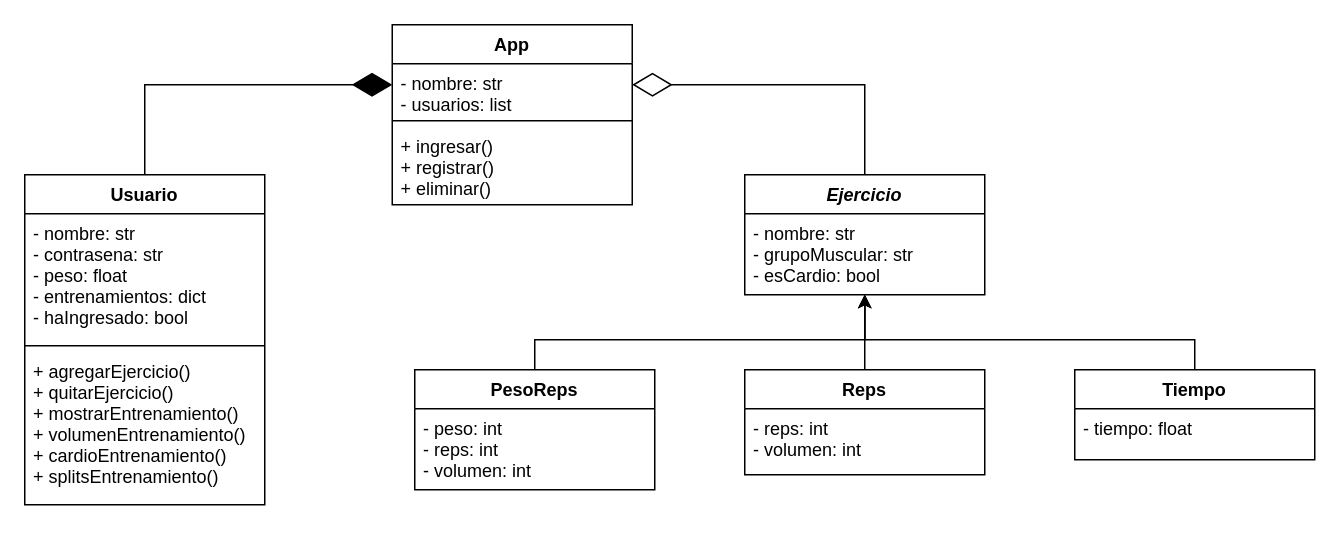
fabcontigiani/workout-tracker keeps this draw.io diagram as UML-Workout_Tracker.drawio. Above is the earlier version. Source tidied: cells renumbered, new cells numbered last; positions are measured from the earlier drawing's top-left corner, leaving out a move shared by most shapes. Both pictures are drawn from the tidied source at 150%, with x=0, y=0 at pixel (24, 24).
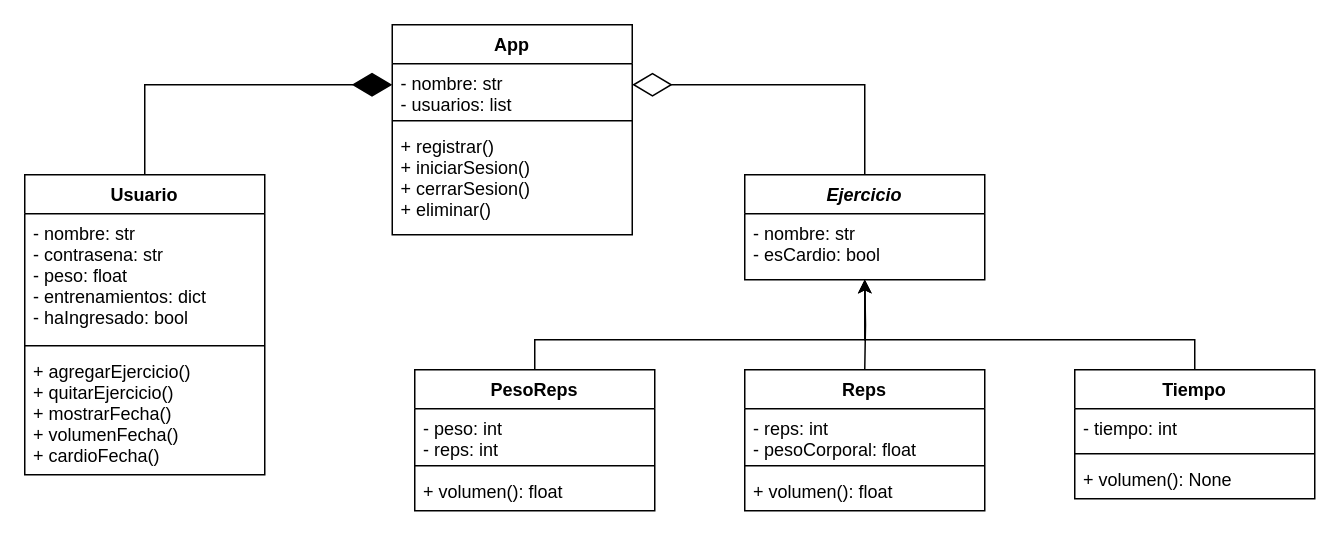
Above is the later version.

Diff of the diagram source:
```diff
@@
     <mxCell id="2" value="App" style="swimlane;fontStyle=1;align=center;verticalAlign=top;horizontal=1;startSize=26;" parent="1" vertex="1">
-      <mxGeometry x="245" width="160" height="120" as="geometry" />
+      <mxGeometry x="245" width="160" height="140" as="geometry" />
     </mxCell>
@@
-    <mxCell id="5" value="+ ingresar()&#10;+ registrar()&#10;+ eliminar()" style="text;strokeColor=none;fillColor=none;align=left;verticalAlign=top;spacingLeft=4;spacingRight=4;overflow=hidden;" parent="2" vertex="1">
-      <mxGeometry y="68" width="160" height="52" as="geometry" />
+    <mxCell id="5" value="+ registrar()&#10;+ iniciarSesion()&#10;+ cerrarSesion()&#10;+ eliminar()" style="text;strokeColor=none;fillColor=none;align=left;verticalAlign=top;spacingLeft=4;spacingRight=4;overflow=hidden;" parent="2" vertex="1">
+      <mxGeometry y="68" width="160" height="72" as="geometry" />
     </mxCell>
     <mxCell id="6" value="Usuario" style="swimlane;fontStyle=1;align=center;verticalAlign=top;horizontal=1;startSize=26;" parent="1" vertex="1">
-      <mxGeometry y="100" width="160" height="220" as="geometry" />
+      <mxGeometry y="100" width="160" height="200" as="geometry" />
     </mxCell>
@@
-    <mxCell id="9" value="+ agregarEjercicio()&#10;+ quitarEjercicio()&#10;+ mostrarEntrenamiento()&#10;+ volumenEntrenamiento()&#10;+ cardioEntrenamiento()&#10;+ splitsEntrenamiento()" style="text;strokeColor=none;fillColor=none;align=left;verticalAlign=top;spacingLeft=4;spacingRight=4;overflow=hidden;" parent="6" vertex="1">
-      <mxGeometry y="118" width="160" height="102" as="geometry" />
+    <mxCell id="9" value="+ agregarEjercicio()&#10;+ quitarEjercicio()&#10;+ mostrarFecha()&#10;+ volumenFecha()&#10;+ cardioFecha()" style="text;strokeColor=none;fillColor=none;align=left;verticalAlign=top;spacingLeft=4;spacingRight=4;overflow=hidden;" parent="6" vertex="1">
+      <mxGeometry y="118" width="160" height="82" as="geometry" />
     </mxCell>
     <mxCell id="10" value="Ejercicio" style="swimlane;fontStyle=3;align=center;verticalAlign=top;horizontal=1;startSize=26;" parent="1" vertex="1">
-      <mxGeometry x="480" y="100" width="160" height="80" as="geometry" />
+      <mxGeometry x="480" y="100" width="160" height="70" as="geometry" />
     </mxCell>
-    <mxCell id="11" value="- nombre: str&#10;- grupoMuscular: str&#10;- esCardio: bool" style="text;strokeColor=none;fillColor=none;align=left;verticalAlign=top;spacingLeft=4;spacingRight=4;overflow=hidden;" parent="10" vertex="1">
-      <mxGeometry y="26" width="160" height="54" as="geometry" />
+    <mxCell id="11" value="- nombre: str&#10;- esCardio: bool" style="text;strokeColor=none;fillColor=none;align=left;verticalAlign=top;spacingLeft=4;spacingRight=4;overflow=hidden;" parent="10" vertex="1">
+      <mxGeometry y="26" width="160" height="44" as="geometry" />
     </mxCell>
-    <mxCell id="12" style="edgeStyle=orthogonalEdgeStyle;rounded=0;jettySize=auto;html=1;" parent="1" edge="1" source="13" target="10">
-      <mxGeometry relative="1" as="geometry" />
+    <mxCell id="12" style="edgeStyle=orthogonalEdgeStyle;rounded=0;jettySize=auto;html=1;" parent="1" edge="1" target="10">
+      <mxGeometry relative="1" as="geometry">
+        <mxPoint x="560" y="230" as="sourcePoint" />
+      </mxGeometry>
     </mxCell>
-    <mxCell id="13" value="Reps" style="swimlane;fontStyle=1;align=center;verticalAlign=top;horizontal=1;startSize=26;" parent="1" vertex="1">
-      <mxGeometry x="480" y="230" width="160" height="70" as="geometry" />
-    </mxCell>
-    <mxCell id="14" value="- reps: int&#10;- volumen: int" style="text;strokeColor=none;fillColor=none;align=left;verticalAlign=top;spacingLeft=4;spacingRight=4;overflow=hidden;" parent="13" vertex="1">
-      <mxGeometry y="26" width="160" height="44" as="geometry" />
-    </mxCell>
-    <mxCell id="15" style="edgeStyle=orthogonalEdgeStyle;rounded=0;jettySize=auto;html=1;" parent="1" edge="1" source="16" target="10">
+    <mxCell id="15" style="edgeStyle=orthogonalEdgeStyle;rounded=0;jettySize=auto;html=1;" parent="1" edge="1" target="10">
       <mxGeometry relative="1" as="geometry">
+        <mxPoint x="340" y="230" as="sourcePoint" />
         <Array as="points">
           <mxPoint x="340" y="210" />
           <mxPoint x="560" y="210" />
         </Array>
       </mxGeometry>
     </mxCell>
-    <mxCell id="16" value="PesoReps" style="swimlane;fontStyle=1;align=center;verticalAlign=top;horizontal=1;startSize=26;" parent="1" vertex="1">
-      <mxGeometry x="260" y="230" width="160" height="80" as="geometry" />
-    </mxCell>
-    <mxCell id="17" value="- peso: int&#10;- reps: int&#10;- volumen: int&#10;" style="text;strokeColor=none;fillColor=none;align=left;verticalAlign=top;spacingLeft=4;spacingRight=4;overflow=hidden;" parent="16" vertex="1">
-      <mxGeometry y="26" width="160" height="54" as="geometry" />
-    </mxCell>
-    <mxCell id="18" style="edgeStyle=orthogonalEdgeStyle;rounded=0;jettySize=auto;html=1;" parent="1" edge="1" source="19" target="10">
+    <mxCell id="18" style="edgeStyle=orthogonalEdgeStyle;rounded=0;jettySize=auto;html=1;" parent="1" edge="1" target="10">
       <mxGeometry relative="1" as="geometry">
+        <mxPoint x="780" y="230" as="sourcePoint" />
         <Array as="points">
           <mxPoint x="780" y="210" />
           <mxPoint x="560" y="210" />
         </Array>
       </mxGeometry>
     </mxCell>
-    <mxCell id="19" value="Tiempo" style="swimlane;fontStyle=1;align=center;verticalAlign=top;horizontal=1;startSize=26;" parent="1" vertex="1">
-      <mxGeometry x="700" y="230" width="160" height="60" as="geometry" />
-    </mxCell>
-    <mxCell id="20" value="- tiempo: float" style="text;strokeColor=none;fillColor=none;align=left;verticalAlign=top;spacingLeft=4;spacingRight=4;overflow=hidden;" parent="19" vertex="1">
-      <mxGeometry y="26" width="160" height="34" as="geometry" />
-    </mxCell>
@@
+    <mxCell id="16" value="PesoReps" style="swimlane;fontStyle=1;align=center;verticalAlign=top;horizontal=1;startSize=26;" parent="1" vertex="1">
+      <mxGeometry x="260" y="230" width="160" height="94" as="geometry" />
+    </mxCell>
+    <mxCell id="23" value="- peso: int&#10;- reps: int" style="text;strokeColor=none;fillColor=none;align=left;verticalAlign=top;spacingLeft=4;spacingRight=4;overflow=hidden;" parent="16" vertex="1">
+      <mxGeometry y="26" width="160" height="34" as="geometry" />
+    </mxCell>
+    <mxCell id="24" style="line;strokeWidth=1;fillColor=none;align=left;verticalAlign=middle;spacingTop=-1;spacingLeft=3;spacingRight=3;labelPosition=right;" parent="16" vertex="1">
+      <mxGeometry y="60" width="160" height="8" as="geometry" />
+    </mxCell>
+    <mxCell id="25" value="+ volumen(): float" style="text;strokeColor=none;fillColor=none;align=left;verticalAlign=top;spacingLeft=4;spacingRight=4;overflow=hidden;" parent="16" vertex="1">
+      <mxGeometry y="68" width="160" height="26" as="geometry" />
+    </mxCell>
+    <mxCell id="13" value="Reps" style="swimlane;fontStyle=1;align=center;verticalAlign=top;horizontal=1;startSize=26;" parent="1" vertex="1">
+      <mxGeometry x="480" y="230" width="160" height="94" as="geometry" />
+    </mxCell>
+    <mxCell id="26" value="- reps: int&#10;- pesoCorporal: float" style="text;strokeColor=none;fillColor=none;align=left;verticalAlign=top;spacingLeft=4;spacingRight=4;overflow=hidden;" parent="13" vertex="1">
+      <mxGeometry y="26" width="160" height="34" as="geometry" />
+    </mxCell>
+    <mxCell id="27" style="line;strokeWidth=1;fillColor=none;align=left;verticalAlign=middle;spacingTop=-1;spacingLeft=3;spacingRight=3;labelPosition=right;" parent="13" vertex="1">
+      <mxGeometry y="60" width="160" height="8" as="geometry" />
+    </mxCell>
+    <mxCell id="28" value="+ volumen(): float" style="text;strokeColor=none;fillColor=none;align=left;verticalAlign=top;spacingLeft=4;spacingRight=4;overflow=hidden;" parent="13" vertex="1">
+      <mxGeometry y="68" width="160" height="26" as="geometry" />
+    </mxCell>
+    <mxCell id="19" value="Tiempo" style="swimlane;fontStyle=1;align=center;verticalAlign=top;horizontal=1;startSize=26;" parent="1" vertex="1">
+      <mxGeometry x="700" y="230" width="160" height="86" as="geometry" />
+    </mxCell>
+    <mxCell id="29" value="- tiempo: int" style="text;strokeColor=none;fillColor=none;align=left;verticalAlign=top;spacingLeft=4;spacingRight=4;overflow=hidden;" parent="19" vertex="1">
+      <mxGeometry y="26" width="160" height="26" as="geometry" />
+    </mxCell>
+    <mxCell id="30" style="line;strokeWidth=1;fillColor=none;align=left;verticalAlign=middle;spacingTop=-1;spacingLeft=3;spacingRight=3;labelPosition=right;" parent="19" vertex="1">
+      <mxGeometry y="52" width="160" height="8" as="geometry" />
+    </mxCell>
+    <mxCell id="31" value="+ volumen(): None" style="text;strokeColor=none;fillColor=none;align=left;verticalAlign=top;spacingLeft=4;spacingRight=4;overflow=hidden;" parent="19" vertex="1">
+      <mxGeometry y="60" width="160" height="26" as="geometry" />
+    </mxCell>
```
